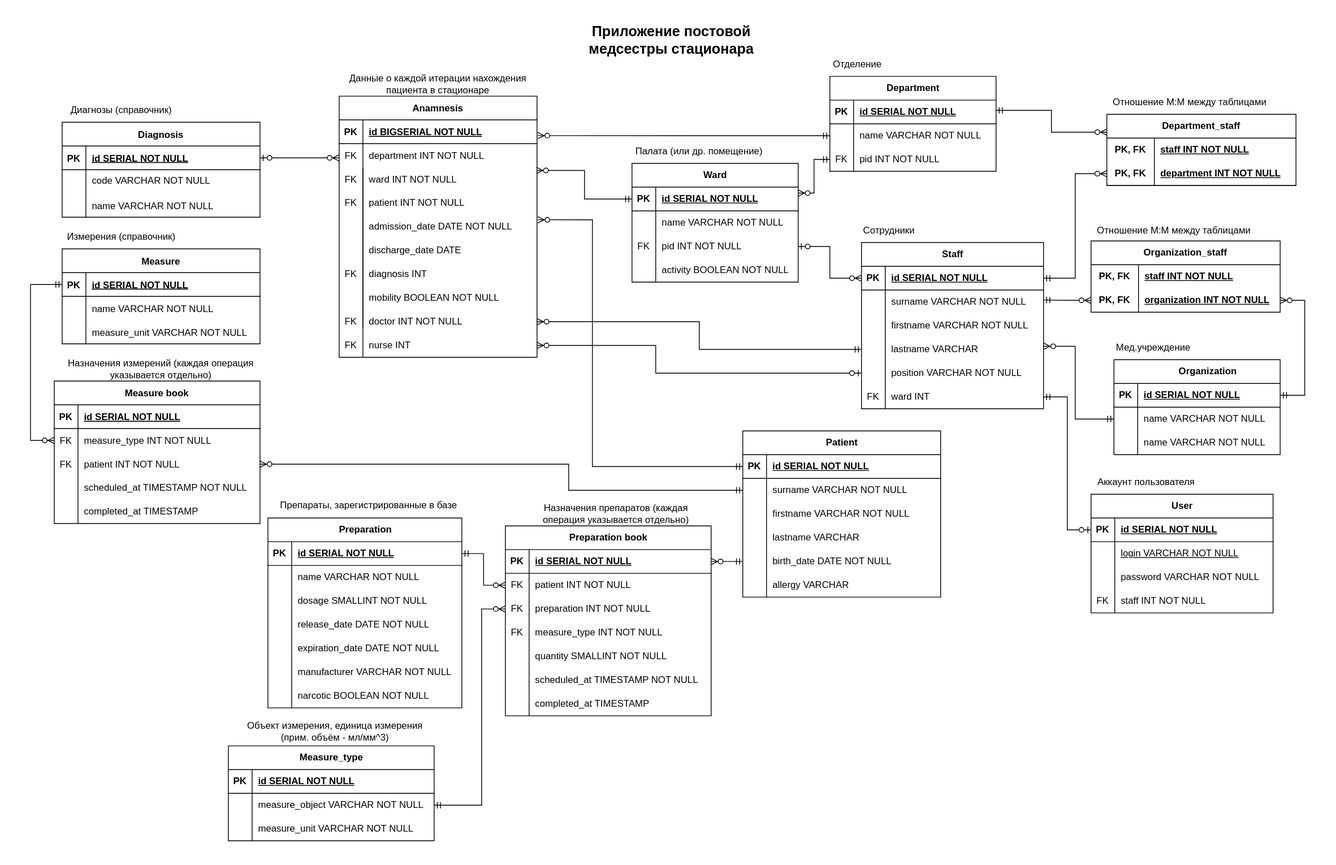
Above: scheme_db.drawio.svg in tewln/croc (draw.io), before the change. Source tidied: cells renumbered, new cells last; positions are measured from the earlier drawing's top-left corner, leaving out a move shared by most shapes.
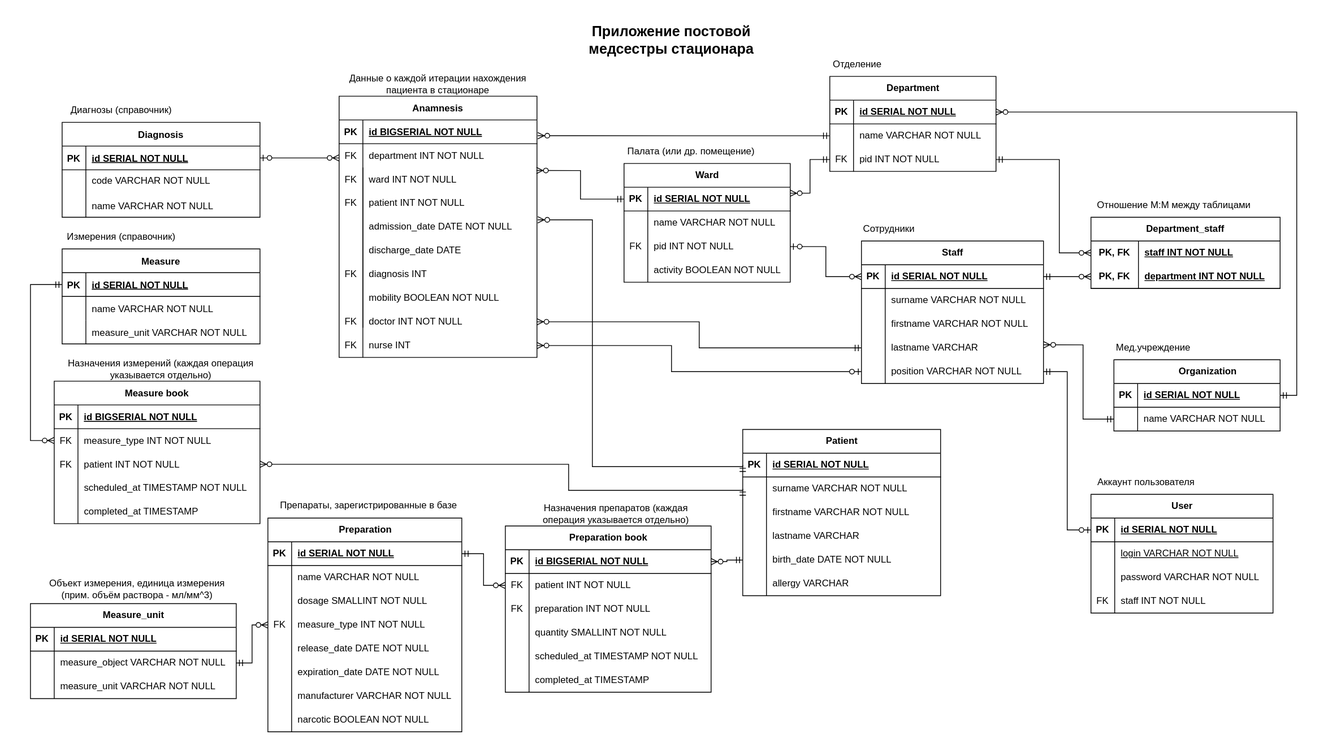
After the change.

The edit, as a diff of the source:
```diff
@@ -29,10 +29,2 @@
     </mxCell>
-    <mxCell id="7" style="edgeStyle=orthogonalEdgeStyle;fontSize=12;html=1;endArrow=ERzeroToMany;startArrow=ERmandOne;rounded=0;entryX=1;entryY=0.5;entryDx=0;entryDy=0;exitX=1;exitY=0.5;exitDx=0;exitDy=0;" parent="1" edge="1" source="24" target="141">
-      <mxGeometry relative="1" as="geometry">
-        <Array as="points">
-          <mxPoint x="1610" y="463" />
-          <mxPoint x="1610" y="343" />
-        </Array>
-      </mxGeometry>
-    </mxCell>
     <mxCell id="8" style="edgeStyle=orthogonalEdgeStyle;fontSize=12;html=1;endArrow=ERzeroToMany;startArrow=ERzeroToOne;rounded=0;entryX=0;entryY=0.5;entryDx=0;entryDy=0;exitX=1;exitY=0.5;exitDx=0;exitDy=0;" parent="1" edge="1" source="109" target="51">
@@ -60,4 +52,4 @@
         <Array as="points">
-          <mxPoint x="790" y="435" />
-          <mxPoint x="790" y="400" />
+          <mxPoint x="810" y="433" />
+          <mxPoint x="810" y="400" />
         </Array>
@@ -65,9 +57,4 @@
     </mxCell>
-    <mxCell id="14" style="edgeStyle=orthogonalEdgeStyle;fontSize=12;html=1;endArrow=ERzeroToMany;startArrow=ERmandOne;rounded=0;exitX=1;exitY=0.5;exitDx=0;exitDy=0;entryX=0;entryY=0.5;entryDx=0;entryDy=0;" parent="1" edge="1" source="250" target="265">
-      <mxGeometry relative="1" as="geometry">
-        <Array as="points">
-          <mxPoint x="570" y="981" />
-          <mxPoint x="570" y="733" />
-        </Array>
-      </mxGeometry>
+    <mxCell id="14" style="edgeStyle=orthogonalEdgeStyle;fontSize=12;html=1;endArrow=ERzeroToMany;startArrow=ERmandOne;rounded=0;exitX=1;exitY=0.5;exitDx=0;exitDy=0;entryX=0;entryY=0.5;entryDx=0;entryDy=0;" parent="1" edge="1" source="250" target="281">
+      <mxGeometry relative="1" as="geometry" />
     </mxCell>
@@ -76,11 +63,10 @@
     </mxCell>
-    <mxCell id="16" style="edgeStyle=orthogonalEdgeStyle;fontSize=12;html=1;endArrow=ERzeroToOne;startArrow=ERmandOne;rounded=0;endFill=0;entryX=0;entryY=0.5;entryDx=0;entryDy=0;exitX=1;exitY=0.5;exitDx=0;exitDy=0;" parent="1" edge="1" source="66" target="36">
+    <mxCell id="16" style="edgeStyle=orthogonalEdgeStyle;fontSize=12;html=1;endArrow=ERzeroToOne;startArrow=ERmandOne;rounded=0;endFill=0;entryX=0;entryY=0.5;entryDx=0;entryDy=0;exitX=1;exitY=0.5;exitDx=0;exitDy=0;" parent="1" edge="1" source="63" target="36">
       <mxGeometry relative="1" as="geometry" />
     </mxCell>
-    <mxCell id="17" style="edgeStyle=orthogonalEdgeStyle;fontSize=12;html=1;endArrow=ERmandOne;startArrow=ERzeroToMany;rounded=0;endFill=0;exitX=0;exitY=0.25;exitDx=0;exitDy=0;" parent="1" edge="1" source="128">
+    <mxCell id="17" style="edgeStyle=orthogonalEdgeStyle;fontSize=12;html=1;endArrow=ERmandOne;startArrow=ERzeroToMany;rounded=0;endFill=0;exitX=0;exitY=0.5;exitDx=0;exitDy=0;entryX=1;entryY=0.5;entryDx=0;entryDy=0;" parent="1" edge="1" source="129" target="97">
       <mxGeometry relative="1" as="geometry">
-        <mxPoint x="1220" y="103" as="targetPoint" />
         <Array as="points">
-          <mxPoint x="1290" y="131" />
-          <mxPoint x="1290" y="103" />
+          <mxPoint x="1300" y="283" />
+          <mxPoint x="1300" y="165" />
         </Array>
@@ -94,4 +80,4 @@
         <Array as="points">
-          <mxPoint x="1320" y="493" />
-          <mxPoint x="1320" y="401" />
+          <mxPoint x="1330" y="493" />
+          <mxPoint x="1330" y="399" />
         </Array>
@@ -102,5 +88,2 @@
     </mxCell>
-    <mxCell id="21" style="edgeStyle=orthogonalEdgeStyle;fontSize=12;html=1;endArrow=ERmandOne;startArrow=ERzeroToMany;rounded=0;endFill=0;exitX=0;exitY=0.5;exitDx=0;exitDy=0;entryX=1;entryY=0.418;entryDx=0;entryDy=0;entryPerimeter=0;" parent="1" edge="1" source="141" target="54">
-      <mxGeometry relative="1" as="geometry" />
-    </mxCell>
     <mxCell id="22" style="group;" parent="1" vertex="1">
@@ -109,3 +92,3 @@
     <mxCell id="23" value="&lt;span style=&quot;white-space: pre;&quot;&gt;&#9;&lt;/span&gt;Organization" style="shape=table;startSize=30;rowLines=0;fontStyle=1;align=center;html=1;" parent="22" vertex="1">
-      <mxGeometry y="30" width="210" height="120" as="geometry" />
+      <mxGeometry y="30" width="210" height="90" as="geometry" />
     </mxCell>
@@ -129,11 +112,2 @@
     </mxCell>
-    <mxCell id="30" style="shape=tableRow;horizontal=0;startSize=0;swimlaneHead=0;swimlaneBody=0;fillColor=none;top=0;left=0;right=0;bottom=0;" parent="23" vertex="1">
-      <mxGeometry y="90" width="210" height="30" as="geometry" />
-    </mxCell>
-    <mxCell id="31" style="shape=partialRectangle;fillColor=none;top=0;left=0;bottom=0;right=0;overflow=hidden;whiteSpace=wrap;html=1;" parent="30" vertex="1">
-      <mxGeometry width="30" height="30" as="geometry" />
-    </mxCell>
-    <mxCell id="32" value="name VARCHAR NOT NULL" style="shape=partialRectangle;fillColor=none;top=0;left=0;bottom=0;right=0;align=left;spacingLeft=6;overflow=hidden;whiteSpace=wrap;html=1;" parent="30" vertex="1">
-      <mxGeometry x="30" width="180" height="30" as="geometry" />
-    </mxCell>
     <mxCell id="33" value="Мед.учреждение" style="text;html=1;align=center;verticalAlign=middle;whiteSpace=wrap;rounded=0;" parent="22" vertex="1">
@@ -187,6 +161,6 @@
     <mxCell id="49" style="group;" parent="1" vertex="1">
-      <mxGeometry x="1050" y="240" width="230" height="478" as="geometry" />
+      <mxGeometry x="1050" y="238" width="230" height="480" as="geometry" />
     </mxCell>
     <mxCell id="50" value="Staff" style="shape=table;startSize=30;rowLines=0;fontStyle=1;align=center;html=1;" parent="49" vertex="1">
-      <mxGeometry y="30" width="230" height="210" as="geometry" />
+      <mxGeometry y="30" width="230" height="180" as="geometry" />
     </mxCell>
@@ -237,11 +211,2 @@
     </mxCell>
-    <mxCell id="66" style="shape=tableRow;horizontal=0;startSize=0;swimlaneHead=0;swimlaneBody=0;fillColor=none;points=[[0,0.5],[1,0.5]];portConstraint=eastwest;top=0;left=0;right=0;bottom=0;" parent="50" vertex="1">
-      <mxGeometry y="180" width="230" height="30" as="geometry" />
-    </mxCell>
-    <mxCell id="67" value="FK" style="shape=partialRectangle;fillColor=none;top=0;left=0;bottom=0;right=0;fontStyle=0;overflow=hidden;whiteSpace=wrap;html=1;" parent="66" vertex="1">
-      <mxGeometry width="30" height="30" as="geometry" />
-    </mxCell>
-    <mxCell id="68" value="ward INT" style="shape=partialRectangle;fillColor=none;top=0;left=0;bottom=0;right=0;align=left;spacingLeft=6;fontStyle=0;overflow=hidden;whiteSpace=wrap;html=1;" parent="66" vertex="1">
-      <mxGeometry x="30" width="200" height="30" as="geometry" />
-    </mxCell>
     <mxCell id="69" value="Сотрудники" style="text;html=1;align=center;verticalAlign=middle;whiteSpace=wrap;rounded=0;" parent="49" vertex="1">
@@ -343,3 +308,3 @@
     <mxCell id="101" style="group;" parent="1" vertex="1">
-      <mxGeometry x="760" y="140" width="210" height="180" as="geometry" />
+      <mxGeometry x="750" y="140" width="210" height="180" as="geometry" />
     </mxCell>
@@ -421,3 +386,3 @@
     <mxCell id="127" style="group;" parent="1" vertex="1">
-      <mxGeometry x="1360" y="78" width="239" height="120" as="geometry" />
+      <mxGeometry x="1340" y="208" width="240" height="120" as="geometry" />
     </mxCell>
@@ -447,29 +412,2 @@
     </mxCell>
-    <mxCell id="136" style="group;" parent="1" vertex="1">
-      <mxGeometry x="1340" y="240" width="239" height="118" as="geometry" />
-    </mxCell>
-    <mxCell id="137" value="Organization_staff" style="shape=table;startSize=30;rowLines=0;fontStyle=1;align=center;html=1;whiteSpace=wrap;" parent="136" vertex="1">
-      <mxGeometry y="28" width="239" height="90" as="geometry" />
-    </mxCell>
-    <mxCell id="138" style="shape=tableRow;horizontal=0;startSize=0;swimlaneHead=0;swimlaneBody=0;fillColor=none;top=0;left=0;right=0;bottom=0;" parent="137" vertex="1">
-      <mxGeometry y="30" width="239" height="30" as="geometry" />
-    </mxCell>
-    <mxCell id="139" value="&lt;b&gt;PK, FK&lt;/b&gt;" style="shape=partialRectangle;fillColor=none;top=0;left=0;bottom=0;right=0;fontStyle=0;overflow=hidden;whiteSpace=wrap;html=1;" parent="138" vertex="1">
-      <mxGeometry width="60" height="30" as="geometry" />
-    </mxCell>
-    <mxCell id="140" value="&lt;b&gt;&lt;u&gt;staff INT NOT NULL&lt;/u&gt;&lt;/b&gt;" style="shape=partialRectangle;fillColor=none;top=0;left=0;bottom=0;right=0;align=left;spacingLeft=6;fontStyle=0;overflow=hidden;whiteSpace=wrap;html=1;" parent="138" vertex="1">
-      <mxGeometry x="60" width="179" height="30" as="geometry" />
-    </mxCell>
-    <mxCell id="141" style="shape=tableRow;horizontal=0;startSize=0;swimlaneHead=0;swimlaneBody=0;fillColor=none;points=[[0,0.5],[1,0.5]];portConstraint=eastwest;top=0;left=0;right=0;bottom=0;html=1;" parent="137" vertex="1">
-      <mxGeometry y="60" width="239" height="30" as="geometry" />
-    </mxCell>
-    <mxCell id="142" value="PK, FK" style="shape=partialRectangle;fillColor=none;top=0;left=0;bottom=0;right=0;fontStyle=1;overflow=hidden;html=1;whiteSpace=wrap;" parent="141" vertex="1">
-      <mxGeometry width="60" height="30" as="geometry" />
-    </mxCell>
-    <mxCell id="143" value="organization INT NOT NULL" style="shape=partialRectangle;fillColor=none;top=0;left=0;bottom=0;right=0;align=left;spacingLeft=6;fontStyle=5;overflow=hidden;html=1;whiteSpace=wrap;" parent="141" vertex="1">
-      <mxGeometry x="60" width="179" height="30" as="geometry" />
-    </mxCell>
-    <mxCell id="144" value="Отношение М:М между таблицами" style="text;html=1;align=center;verticalAlign=middle;whiteSpace=wrap;rounded=0;" parent="136" vertex="1">
-      <mxGeometry width="210" height="30" as="geometry" />
-    </mxCell>
     <mxCell id="145" style="group;" parent="1" vertex="1">
@@ -616,3 +554,3 @@
     <mxCell id="190" value="Preparation" style="shape=table;startSize=30;rowLines=0;fontStyle=1;align=center;html=1;" parent="189" vertex="1">
-      <mxGeometry x="-10" y="30" width="245" height="240" as="geometry" />
+      <mxGeometry x="-10" y="30" width="245" height="270" as="geometry" />
     </mxCell>
@@ -645,4 +583,13 @@
     </mxCell>
+    <mxCell id="281" style="shape=tableRow;horizontal=0;startSize=0;swimlaneHead=0;swimlaneBody=0;fillColor=none;points=[[0,0.5],[1,0.5]];portConstraint=eastwest;top=0;left=0;right=0;bottom=0;" parent="190" vertex="1">
+      <mxGeometry y="120" width="245" height="30" as="geometry" />
+    </mxCell>
+    <mxCell id="282" value="FK" style="shape=partialRectangle;fillColor=none;top=0;left=0;bottom=0;right=0;fontStyle=0;overflow=hidden;whiteSpace=wrap;html=1;" parent="281" vertex="1">
+      <mxGeometry width="30" height="30" as="geometry" />
+    </mxCell>
+    <mxCell id="270" value="measure_type INT NOT NULL" style="shape=partialRectangle;fillColor=none;top=0;left=0;bottom=0;right=0;align=left;spacingLeft=6;fontStyle=0;overflow=hidden;whiteSpace=wrap;html=1;" parent="281" vertex="1">
+      <mxGeometry x="30" width="215" height="30" as="geometry" />
+    </mxCell>
     <mxCell id="200" style="shape=tableRow;horizontal=0;startSize=0;swimlaneHead=0;swimlaneBody=0;fillColor=none;top=0;left=0;right=0;bottom=0;" parent="190" vertex="1">
-      <mxGeometry y="120" width="245" height="30" as="geometry" />
+      <mxGeometry y="150" width="245" height="30" as="geometry" />
     </mxCell>
@@ -655,3 +602,3 @@
     <mxCell id="203" style="shape=tableRow;horizontal=0;startSize=0;swimlaneHead=0;swimlaneBody=0;fillColor=none;top=0;left=0;right=0;bottom=0;" parent="190" vertex="1">
-      <mxGeometry y="150" width="245" height="30" as="geometry" />
+      <mxGeometry y="180" width="245" height="30" as="geometry" />
     </mxCell>
@@ -664,3 +611,3 @@
     <mxCell id="206" style="shape=tableRow;horizontal=0;startSize=0;swimlaneHead=0;swimlaneBody=0;fillColor=none;top=0;left=0;right=0;bottom=0;" parent="190" vertex="1">
-      <mxGeometry y="180" width="245" height="30" as="geometry" />
+      <mxGeometry y="210" width="245" height="30" as="geometry" />
     </mxCell>
@@ -673,3 +620,3 @@
     <mxCell id="209" style="shape=tableRow;horizontal=0;startSize=0;swimlaneHead=0;swimlaneBody=0;fillColor=none;top=0;left=0;right=0;bottom=0;" parent="190" vertex="1">
-      <mxGeometry y="210" width="245" height="30" as="geometry" />
+      <mxGeometry y="240" width="245" height="30" as="geometry" />
     </mxCell>
@@ -741,3 +688,3 @@
     </mxCell>
-    <mxCell id="231" value="id SERIAL NOT NULL " style="shape=partialRectangle;overflow=hidden;fillColor=none;top=0;left=0;bottom=0;right=0;align=left;spacingLeft=6;fontStyle=5;" parent="229" vertex="1">
+    <mxCell id="231" value="id BIGSERIAL NOT NULL " style="shape=partialRectangle;overflow=hidden;fillColor=none;top=0;left=0;bottom=0;right=0;align=left;spacingLeft=6;fontStyle=5;" parent="229" vertex="1">
       <mxGeometry x="30" width="230" height="30" as="geometry" />
@@ -784,5 +731,5 @@
     <mxCell id="245" style="group;" parent="1" vertex="1">
-      <mxGeometry x="260" y="878" width="250" height="148" as="geometry" />
+      <mxGeometry x="10" y="698" width="250" height="148" as="geometry" />
     </mxCell>
-    <mxCell id="246" value="Measure_type" style="shape=table;startSize=30;rowLines=0;fontStyle=1;align=center;html=1;" parent="245" vertex="1">
+    <mxCell id="246" value="Measure_unit" style="shape=table;startSize=30;rowLines=0;fontStyle=1;align=center;html=1;" parent="245" vertex="1">
       <mxGeometry x="-10" y="28" width="260" height="120" as="geometry" />
@@ -816,3 +763,3 @@
     </mxCell>
-    <mxCell id="256" value="Объект измерения, единица измерения (прим. объём - мл/мм^3)" style="text;html=1;align=center;verticalAlign=middle;whiteSpace=wrap;rounded=0;" parent="245" vertex="1">
+    <mxCell id="256" value="Объект измерения, единица измерения (прим. объём раствора - мл/мм^3)" style="text;html=1;align=center;verticalAlign=middle;whiteSpace=wrap;rounded=0;" parent="245" vertex="1">
       <mxGeometry y="-10" width="250" height="40" as="geometry" />
@@ -823,3 +770,3 @@
     <mxCell id="258" value="Preparation book" style="shape=table;startSize=30;rowLines=0;fontStyle=1;align=center;html=1;" parent="257" vertex="1">
-      <mxGeometry y="30" width="260" height="240" as="geometry" />
+      <mxGeometry y="30" width="260" height="210" as="geometry" />
     </mxCell>
@@ -831,3 +778,3 @@
     </mxCell>
-    <mxCell id="261" value="id SERIAL NOT NULL" style="shape=partialRectangle;fillColor=none;top=0;left=0;bottom=0;right=0;align=left;spacingLeft=6;fontStyle=5;overflow=hidden;whiteSpace=wrap;html=1;" parent="259" vertex="1">
+    <mxCell id="261" value="id BIGSERIAL NOT NULL" style="shape=partialRectangle;fillColor=none;top=0;left=0;bottom=0;right=0;align=left;spacingLeft=6;fontStyle=5;overflow=hidden;whiteSpace=wrap;html=1;" parent="259" vertex="1">
       <mxGeometry x="30" width="230" height="30" as="geometry" />
@@ -852,13 +799,4 @@
     </mxCell>
-    <mxCell id="268" style="shape=tableRow;horizontal=0;startSize=0;swimlaneHead=0;swimlaneBody=0;fillColor=none;top=0;left=0;right=0;bottom=0;" parent="258" vertex="1">
-      <mxGeometry y="120" width="260" height="30" as="geometry" />
-    </mxCell>
-    <mxCell id="269" value="FK" style="shape=partialRectangle;fillColor=none;top=0;left=0;bottom=0;right=0;fontStyle=0;overflow=hidden;whiteSpace=wrap;html=1;" parent="268" vertex="1">
-      <mxGeometry width="30" height="30" as="geometry" />
-    </mxCell>
-    <mxCell id="270" value="measure_type INT NOT NULL" style="shape=partialRectangle;fillColor=none;top=0;left=0;bottom=0;right=0;align=left;spacingLeft=6;fontStyle=0;overflow=hidden;whiteSpace=wrap;html=1;" parent="268" vertex="1">
-      <mxGeometry x="30" width="230" height="30" as="geometry" />
-    </mxCell>
     <mxCell id="271" style="shape=tableRow;horizontal=0;startSize=0;swimlaneHead=0;swimlaneBody=0;fillColor=none;top=0;left=0;right=0;bottom=0;" parent="258" vertex="1">
-      <mxGeometry y="150" width="260" height="30" as="geometry" />
+      <mxGeometry y="120" width="260" height="30" as="geometry" />
     </mxCell>
@@ -871,3 +809,3 @@
     <mxCell id="274" style="shape=tableRow;horizontal=0;startSize=0;swimlaneHead=0;swimlaneBody=0;fillColor=none;top=0;left=0;right=0;bottom=0;" parent="258" vertex="1">
-      <mxGeometry y="180" width="260" height="30" as="geometry" />
+      <mxGeometry y="150" width="260" height="30" as="geometry" />
     </mxCell>
@@ -880,3 +818,3 @@
     <mxCell id="277" style="shape=tableRow;horizontal=0;startSize=0;swimlaneHead=0;swimlaneBody=0;fillColor=none;top=0;left=0;right=0;bottom=0;" parent="258" vertex="1">
-      <mxGeometry y="210" width="260" height="30" as="geometry" />
+      <mxGeometry y="180" width="260" height="30" as="geometry" />
     </mxCell>
@@ -891,2 +829,10 @@
     </mxCell>
+    <mxCell id="283" style="edgeStyle=orthogonalEdgeStyle;fontSize=12;html=1;endArrow=ERmandOne;startArrow=ERzeroToMany;rounded=0;endFill=0;exitX=1;exitY=0.5;exitDx=0;exitDy=0;entryX=1;entryY=0.5;entryDx=0;entryDy=0;" parent="1" edge="1" source="91" target="24">
+      <mxGeometry relative="1" as="geometry">
+        <Array as="points">
+          <mxPoint x="1600" y="105" />
+          <mxPoint x="1600" y="463" />
+        </Array>
+      </mxGeometry>
+    </mxCell>
   </root>
```
